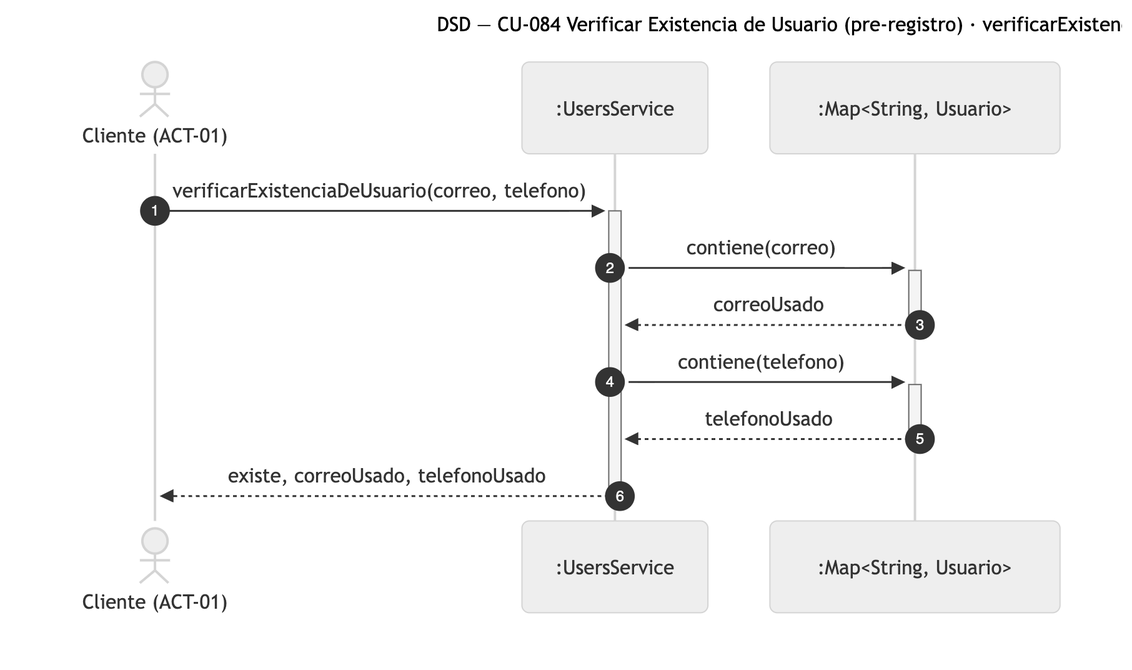
This is diagramas/png/DSD_CU-084_verificarExistenciaDeUsuario.png from Nahuelito-Dev/splg-docs, a Mermaid export, as it was before one commit. Its source is kept beside it as diagramas/DSD_CU-084_verificarExistenciaDeUsuario.mmd.
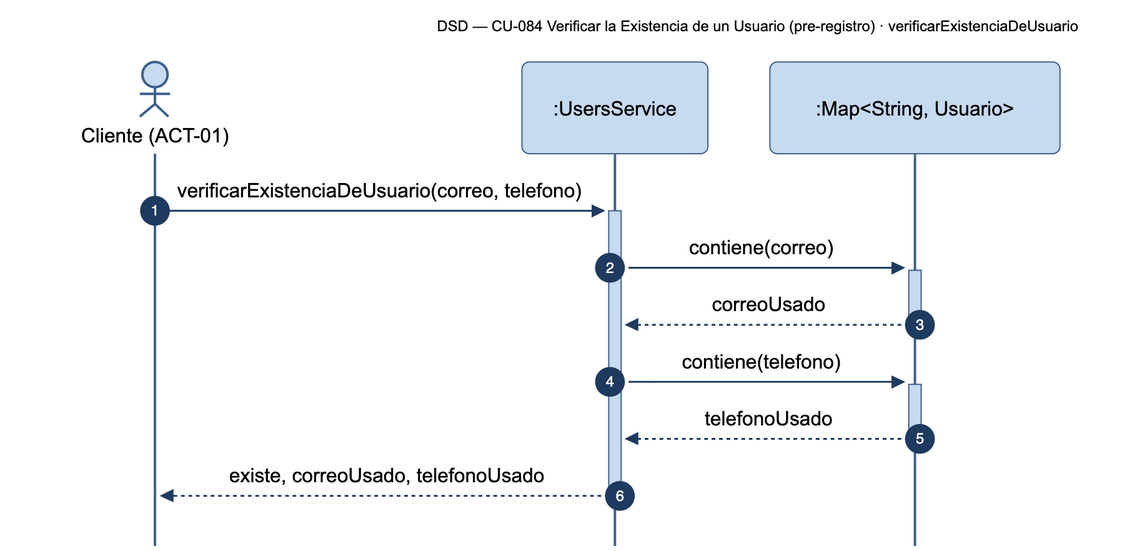
The same diagram one commit later.

Change to the diagram source:
```diff
@@ -1,5 +1,5 @@
 sequenceDiagram
-    title DSD — CU-084 Verificar Existencia de Usuario (pre-registro) · verificarExistenciaDeUsuario
+    title DSD — CU-084 Verificar la Existencia de un Usuario (pre-registro) · verificarExistenciaDeUsuario
     autonumber
     actor CLI as Cliente (ACT-01)
     participant SRV as :UsersService
```
